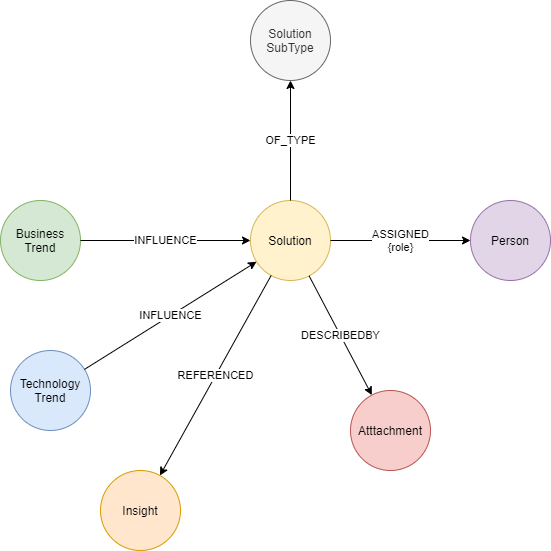
Before: Modules/Solutions/SignPostAPI/images/model.png, a diagram exported from draw.io (EnglishSid/DigitalExplorerDevNotes). Source tidied: cells renumbered, new cells last; positions are measured from the earlier drawing's top-left corner, leaving out a move shared by most shapes.
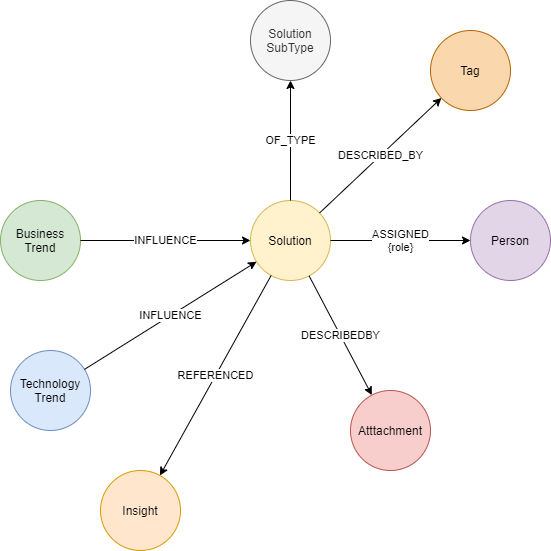
The same file after the commit.

Commit message:
:pencil: Tags

The edit, as a diff of the source:
```diff
@@ -41,5 +41,11 @@
     <mxCell id="14" value="REFERENCED" style="endArrow=classic;html=1;" parent="1" edge="1" source="2" target="11">
       <mxGeometry relative="1" as="geometry" />
     </mxCell>
+    <mxCell id="15" value="Tag" style="ellipse;whiteSpace=wrap;html=1;fillColor=#fad7ac;strokeColor=#b46504;" parent="1" vertex="1">
+      <mxGeometry x="430" y="30" width="80" height="80" as="geometry" />
+    </mxCell>
+    <mxCell id="16" value="DESCRIBED_BY" style="endArrow=classic;html=1;" parent="1" edge="1" source="2" target="15">
+      <mxGeometry relative="1" as="geometry" />
+    </mxCell>
   </root>
 </mxGraphModel>
```
